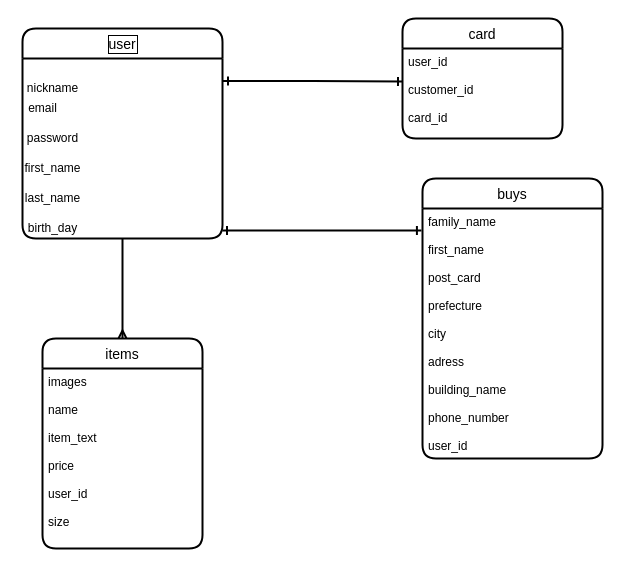
Above: test.dio in Masato0530/furima-35867 (draw.io), before the change. Source tidied: cells renumbered, new cells numbered last; positions are measured from the earlier drawing's top-left corner, leaving out a move shared by most shapes. Both pictures are drawn from the tidied source at 100%, with x=0, y=0 at pixel (17, 18).
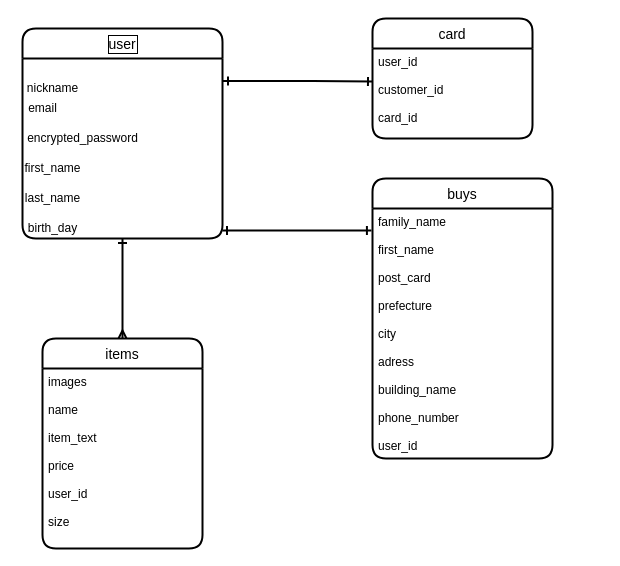
The same diagram, later.

The change refers to these unchanged cells:
```xml
<mxCell id="5" value="user" style="swimlane;horizontal=1;startSize=30;rounded=1;fontSize=14;fontStyle=0;strokeWidth=2;shadow=0;dashed=0;align=center;direction=east;verticalAlign=middle;labelPosition=center;verticalLabelPosition=middle;labelBorderColor=#000000;" parent="1" vertex="1">
  <mxGeometry x="5" y="10" width="200" height="210" as="geometry" />
</mxCell>
```

What changed in the source:
```diff
@@
-    <mxCell id="2" style="edgeStyle=orthogonalEdgeStyle;rounded=0;jettySize=auto;html=1;exitX=0.5;exitY=1;exitDx=0;exitDy=0;endArrow=ERmany;endFill=0;endSize=5;strokeWidth=2;fontSize=11;" parent="1" edge="1" source="5">
+    <mxCell id="2" style="edgeStyle=orthogonalEdgeStyle;rounded=0;jettySize=auto;html=1;exitX=0.5;exitY=1;exitDx=0;exitDy=0;endArrow=ERmany;endFill=0;endSize=5;strokeWidth=2;fontSize=11;startArrow=ERone;startFill=0;" parent="1" edge="1" source="5">
       <mxGeometry relative="1" as="geometry">
         <mxPoint x="105" y="320" as="targetPoint" />
       </mxGeometry>
     </mxCell>
@@
-    <mxCell id="8" value="password" style="text;html=1;align=center;verticalAlign=middle;" parent="1" vertex="1">
-      <mxGeometry y="110" width="70" height="20" as="geometry" />
-    </mxCell>
@@
     <mxCell id="14" value="card" style="swimlane;horizontal=1;startSize=30;rounded=1;fontSize=14;fontStyle=0;strokeWidth=2;shadow=0;dashed=0;align=center;fillColor=none;" parent="1" vertex="1">
-      <mxGeometry x="385" width="160" height="120" as="geometry" />
+      <mxGeometry x="355" width="160" height="120" as="geometry" />
     </mxCell>
@@
     <mxCell id="16" value="buys" style="swimlane;horizontal=1;startSize=30;rounded=1;fontSize=14;fontStyle=0;strokeWidth=2;shadow=0;dashed=0;align=center;fillColor=none;" parent="1" vertex="1">
-      <mxGeometry x="405" y="160" width="180" height="280" as="geometry" />
+      <mxGeometry x="355" y="160" width="180" height="280" as="geometry" />
     </mxCell>
@@
+    <mxCell id="21" value="encrypted_password" style="text;html=1;align=center;verticalAlign=middle;" parent="1" vertex="1">
+      <mxGeometry y="110" width="130" height="20" as="geometry" />
+    </mxCell>
```
